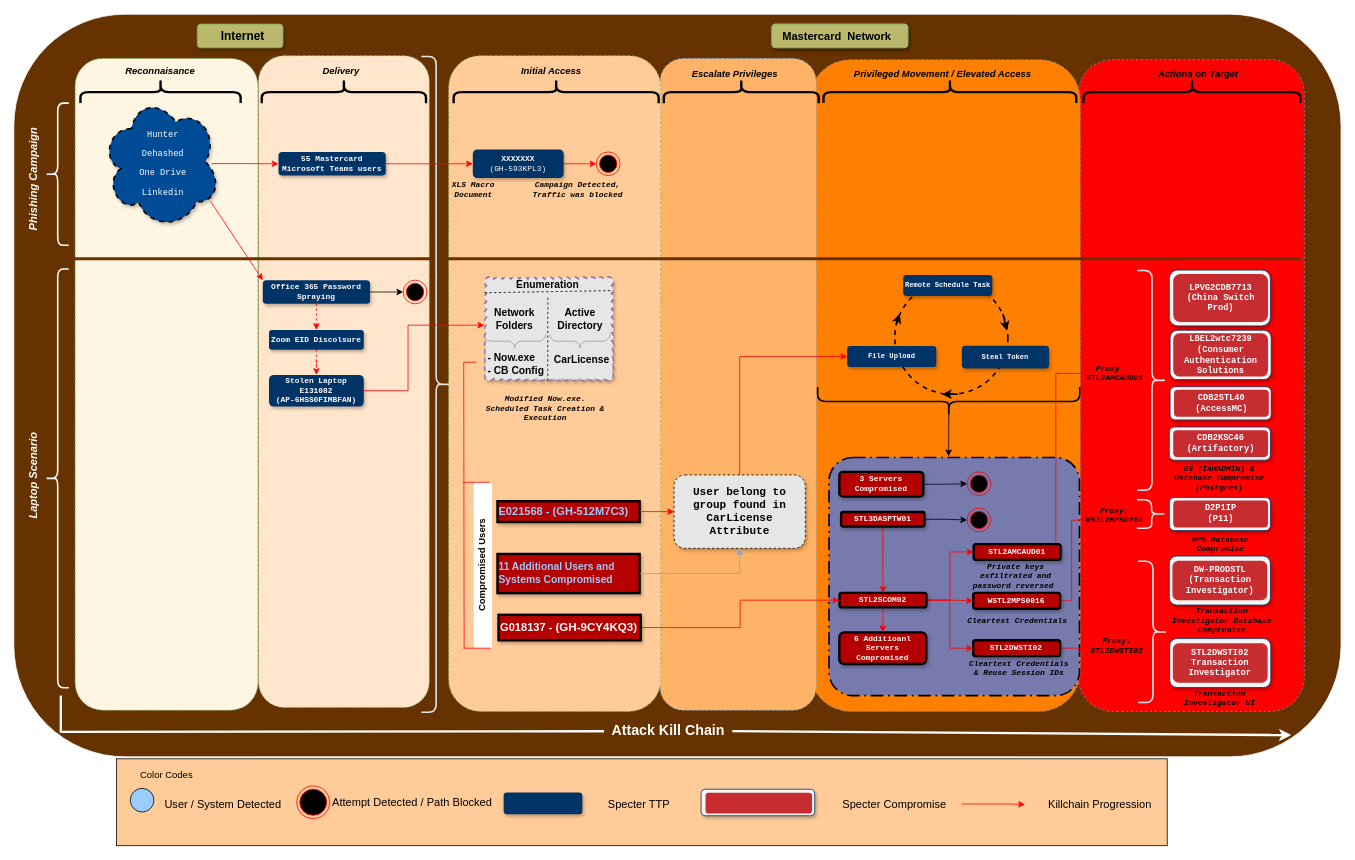
Before: Untitled Diagram.drawio in thodorian/test, a draw.io diagram. Source tidied: cells renumbered, new cells numbered last; positions are measured from the earlier drawing's top-left corner, leaving out a move shared by most shapes. Both pictures are drawn from the tidied source at 79%, with x=0, y=0 at pixel (-22, -36).
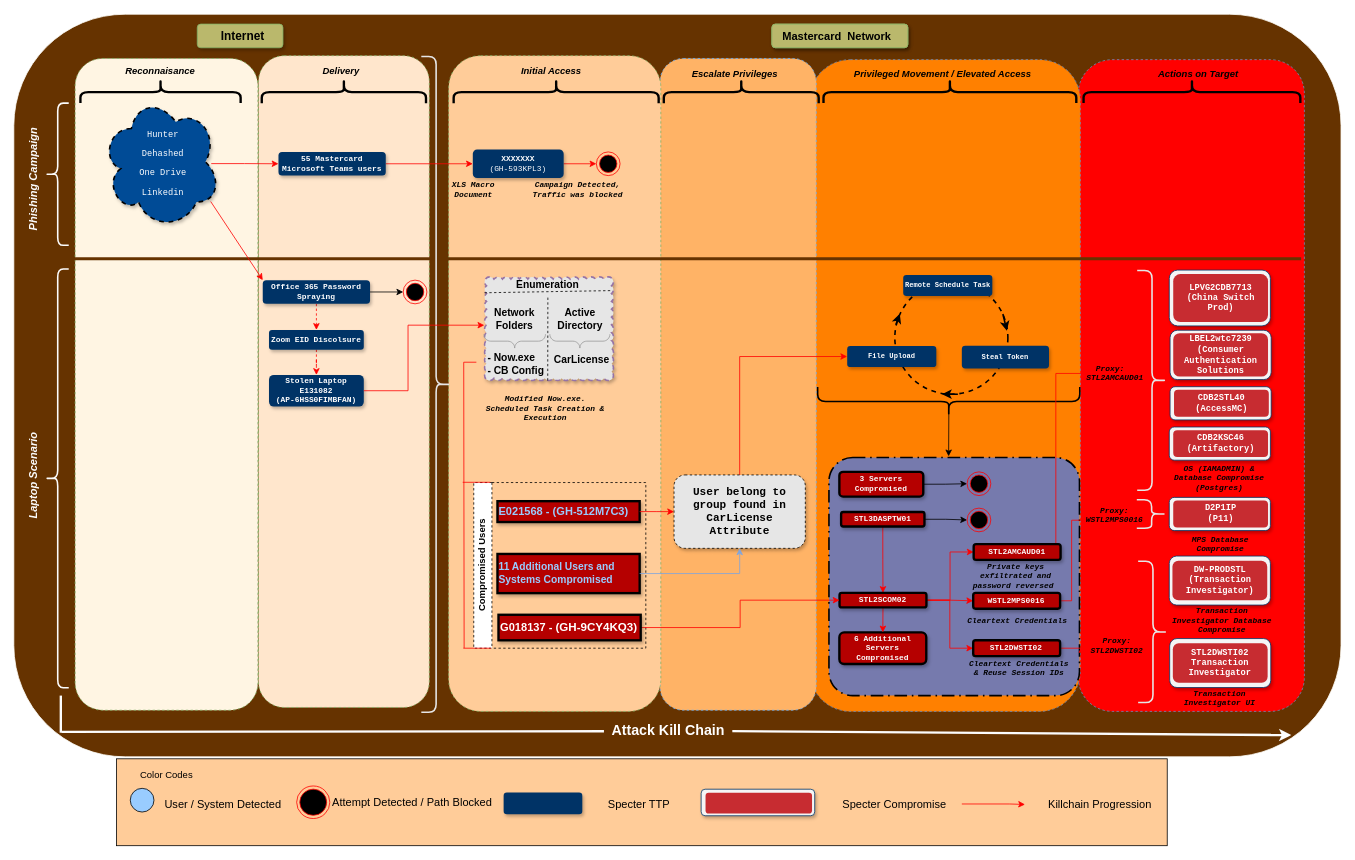
After the change.

Change to the diagram source:
```diff
@@
-    <mxCell id="85" value="&lt;font color=&quot;#fcfcfc&quot;&gt;6 Additioanl Servers Compromised&lt;/font&gt;" style="rounded=1;whiteSpace=wrap;html=1;glass=0;shadow=1;strokeWidth=3;perimeterSpacing=0;fontFamily=Courier New;fontSize=10;fontStyle=1;fillColor=#B50000;" parent="1" vertex="1">
+    <mxCell id="85" value="&lt;font color=&quot;#fcfcfc&quot;&gt;6 Additional Servers Compromised&lt;/font&gt;" style="rounded=1;whiteSpace=wrap;html=1;glass=0;shadow=1;strokeWidth=3;perimeterSpacing=0;fontFamily=Courier New;fontSize=10;fontStyle=1;fillColor=#B50000;" parent="1" vertex="1">
       <mxGeometry x="1090" y="845" width="110" height="40" as="geometry" />
     </mxCell>
@@
-    <mxCell id="112" value="Compromised Users" style="swimlane;horizontal=0;whiteSpace=wrap;html=1;fillColor=default;strokeColor=none;" parent="1" vertex="1">
+    <mxCell id="112" value="Compromised Users" style="swimlane;horizontal=0;whiteSpace=wrap;html=1;fillColor=default;strokeColor=default;dashed=1;" parent="1" vertex="1">
       <mxGeometry x="627.2" y="655.3" width="217.8" height="209.7" as="geometry" />
     </mxCell>
```
